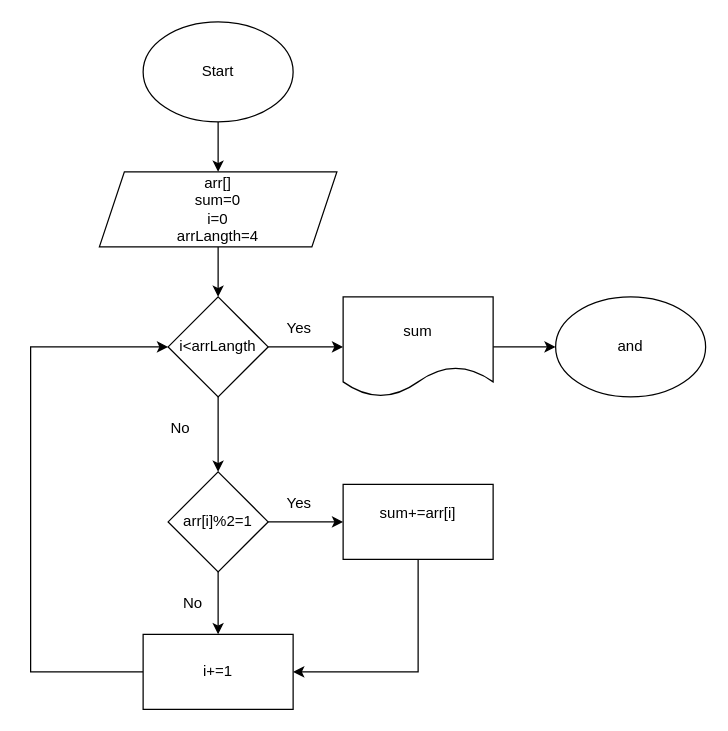
The draw.io diagram odd value.drawio in Dioneer/Flowcharts, before the edit. Source tidied: cells renumbered, new cells numbered last; positions are measured from the earlier drawing's top-left corner, leaving out a move shared by most shapes. Both pictures are drawn from the tidied source at 125%, with x=0, y=0 at pixel (30, 21).
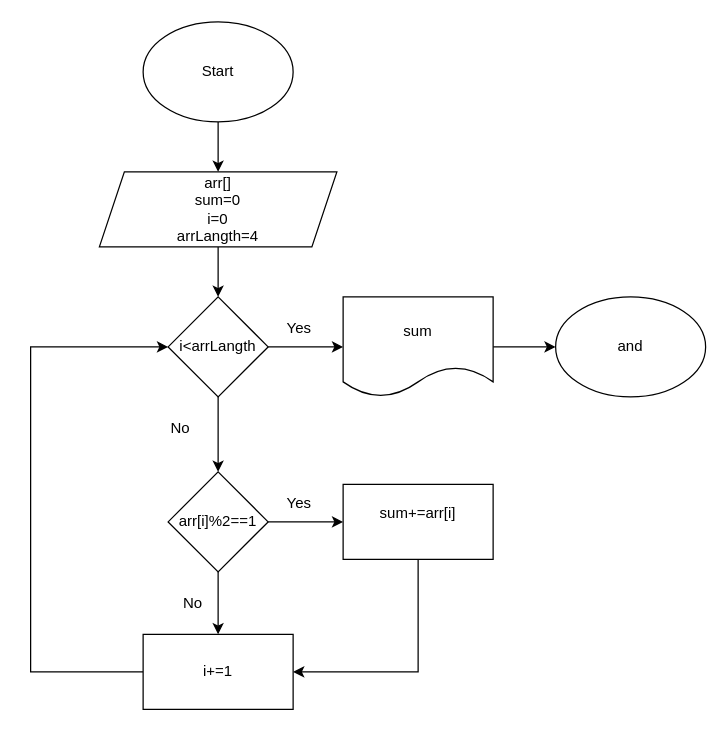
Above is the later version.

The edit, as a diff of the source:
```diff
@@
-    <mxCell id="12" value="arr[i]%2=1" style="rhombus;whiteSpace=wrap;html=1;" parent="1" vertex="1">
+    <mxCell id="12" value="arr[i]%2==1" style="rhombus;whiteSpace=wrap;html=1;" parent="1" vertex="1">
       <mxGeometry x="110" y="360" width="80" height="80" as="geometry" />
     </mxCell>
```
